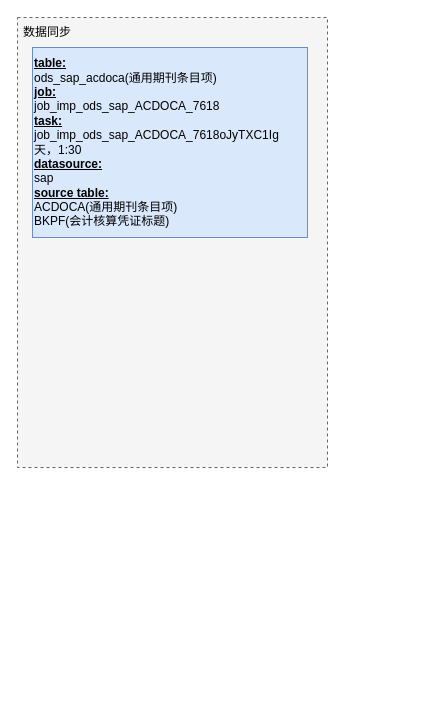
The draw.io diagram bow-bo.drawio in fsJerryChan/fsJerryChan, before the edit. Source tidied: cells renumbered, new cells numbered last; positions are measured from the earlier drawing's top-left corner, leaving out a move shared by most shapes. Both pictures are drawn from the tidied source at 100%, with x=0, y=0 at pixel (17, 17).
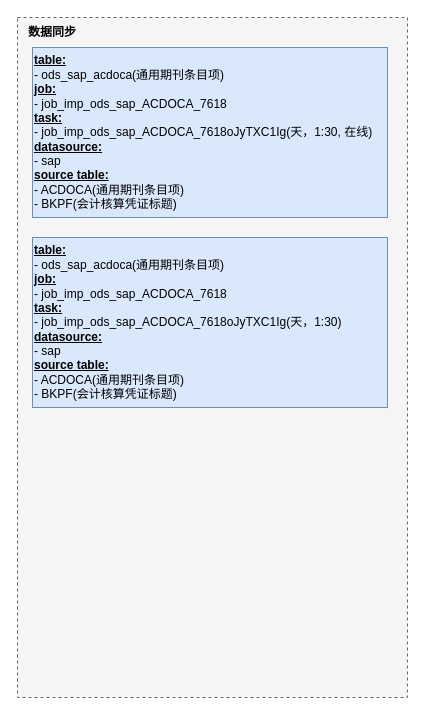
After the change.

Diff of the diagram source:
```diff
@@
 <mxGraphModel>
   <root>
     <mxCell id="0" />
     <mxCell id="1" parent="0" />
     <mxCell id="2" style="rounded=0;whiteSpace=wrap;html=1;dashed=1;fillColor=#f5f5f5;fontColor=#333333;strokeColor=#666666;" parent="1" vertex="1">
-      <mxGeometry width="310" height="450" as="geometry" />
+      <mxGeometry width="390" height="680" as="geometry" />
     </mxCell>
-    <mxCell id="3" value="数据同步" style="text;strokeColor=none;align=center;fillColor=none;html=1;verticalAlign=middle;whiteSpace=wrap;rounded=0;" parent="1" vertex="1">
-      <mxGeometry width="60" height="30" as="geometry" />
+    <mxCell id="3" value="数据同步" style="text;strokeColor=none;align=center;fillColor=none;html=1;verticalAlign=middle;whiteSpace=wrap;rounded=0;fontStyle=1;" parent="1" vertex="1">
+      <mxGeometry width="70" height="30" as="geometry" />
     </mxCell>
-    <mxCell id="4" value="&lt;font style=&quot;font-size: 12px;&quot;&gt;&lt;b style=&quot;border-color: var(--border-color);&quot;&gt;&lt;u style=&quot;border-color: var(--border-color);&quot;&gt;table:&lt;/u&gt;&lt;/b&gt;&amp;nbsp;&lt;br style=&quot;border-color: var(--border-color);&quot;&gt;ods_sap_acdoca(通用期刊条目项)&lt;b style=&quot;border-color: var(--border-color);&quot;&gt;&lt;u style=&quot;border-color: var(--border-color);&quot;&gt;&lt;br style=&quot;border-color: var(--border-color);&quot;&gt;job:&lt;/u&gt;&lt;/b&gt;&lt;br style=&quot;border-color: var(--border-color);&quot;&gt;job_imp_ods_sap_ACDOCA_7618&lt;br&gt;&lt;u style=&quot;font-weight: bold;&quot;&gt;task:&lt;br&gt;&lt;/u&gt;job_imp_ods_sap_ACDOCA_7618oJyTXC1Ig&lt;br&gt;天，1:30&lt;br&gt;&lt;u style=&quot;font-weight: bold;&quot;&gt;datasource:&lt;/u&gt;&lt;br&gt;sap&lt;br&gt;&lt;u style=&quot;font-weight: bold;&quot;&gt;source table:&lt;/u&gt;&amp;nbsp;&lt;br&gt;ACDOCA(通用期刊条目项)&lt;br&gt;BKPF(会计核算凭证标题)&lt;/font&gt;" style="rounded=0;whiteSpace=wrap;html=1;align=left;fillColor=#dae8fc;strokeColor=#6c8ebf;" parent="1" vertex="1">
-      <mxGeometry x="15" y="30" width="275" height="190" as="geometry" />
+    <mxCell id="4" value="&lt;font style=&quot;font-size: 12px;&quot;&gt;&lt;b style=&quot;border-color: var(--border-color);&quot;&gt;&lt;u style=&quot;border-color: var(--border-color);&quot;&gt;table:&lt;/u&gt;&lt;/b&gt;&amp;nbsp;&lt;br style=&quot;border-color: var(--border-color);&quot;&gt;- ods_sap_acdoca(通用期刊条目项)&lt;b style=&quot;border-color: var(--border-color);&quot;&gt;&lt;u style=&quot;border-color: var(--border-color);&quot;&gt;&lt;br style=&quot;border-color: var(--border-color);&quot;&gt;job:&lt;/u&gt;&lt;/b&gt;&lt;br style=&quot;border-color: var(--border-color);&quot;&gt;- job_imp_ods_sap_ACDOCA_7618&lt;br&gt;&lt;u style=&quot;font-weight: bold;&quot;&gt;task:&lt;br&gt;&lt;/u&gt;- job_imp_ods_sap_ACDOCA_7618oJyTXC1Ig(天，1:30,&amp;nbsp;在线)&lt;br&gt;&lt;u style=&quot;font-weight: bold;&quot;&gt;datasource:&lt;/u&gt;&lt;br&gt;- sap&lt;br&gt;&lt;u style=&quot;font-weight: bold;&quot;&gt;source table:&lt;/u&gt;&amp;nbsp;&lt;br&gt;- ACDOCA(通用期刊条目项)&lt;br&gt;- BKPF(会计核算凭证标题)&lt;/font&gt;" style="rounded=0;whiteSpace=wrap;html=1;align=left;fillColor=#dae8fc;strokeColor=#6c8ebf;" parent="1" vertex="1">
+      <mxGeometry x="15" y="30" width="355" height="170" as="geometry" />
     </mxCell>
+    <mxCell id="5" value="&lt;font style=&quot;font-size: 12px;&quot;&gt;&lt;b style=&quot;border-color: var(--border-color);&quot;&gt;&lt;u style=&quot;border-color: var(--border-color);&quot;&gt;table:&lt;/u&gt;&lt;/b&gt;&amp;nbsp;&lt;br style=&quot;border-color: var(--border-color);&quot;&gt;- ods_sap_acdoca(通用期刊条目项)&lt;b style=&quot;border-color: var(--border-color);&quot;&gt;&lt;u style=&quot;border-color: var(--border-color);&quot;&gt;&lt;br style=&quot;border-color: var(--border-color);&quot;&gt;job:&lt;/u&gt;&lt;/b&gt;&lt;br style=&quot;border-color: var(--border-color);&quot;&gt;- job_imp_ods_sap_ACDOCA_7618&lt;br&gt;&lt;u style=&quot;font-weight: bold;&quot;&gt;task:&lt;br&gt;&lt;/u&gt;- job_imp_ods_sap_ACDOCA_7618oJyTXC1Ig(天，1:30)&lt;br&gt;&lt;u style=&quot;font-weight: bold;&quot;&gt;datasource:&lt;/u&gt;&lt;br&gt;- sap&lt;br&gt;&lt;u style=&quot;font-weight: bold;&quot;&gt;source table:&lt;/u&gt;&amp;nbsp;&lt;br&gt;- ACDOCA(通用期刊条目项)&lt;br&gt;- BKPF(会计核算凭证标题)&lt;/font&gt;" style="rounded=0;whiteSpace=wrap;html=1;align=left;fillColor=#dae8fc;strokeColor=#6c8ebf;" parent="1" vertex="1">
+      <mxGeometry x="15" y="220" width="355" height="170" as="geometry" />
+    </mxCell>
   </root>
 </mxGraphModel>
```
